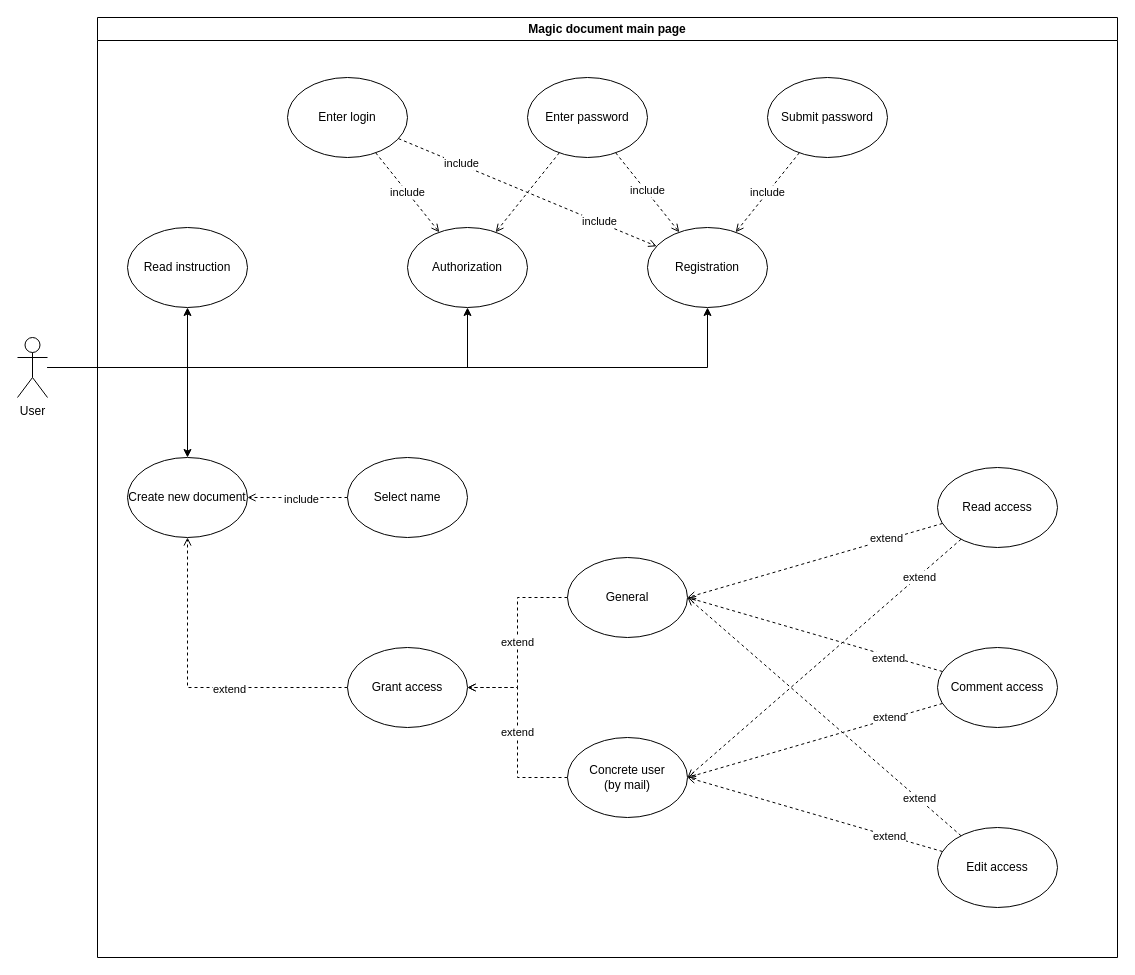
The draw.io diagram Use-Case models/Use-Case main page.drawio in BobrAll/magicDocument, before the edit. Source tidied: cells renumbered, new cells numbered last; positions are measured from the earlier drawing's top-left corner, leaving out a move shared by most shapes. Both pictures are drawn from the tidied source at 100%, with x=0, y=0 at pixel (17, 17).
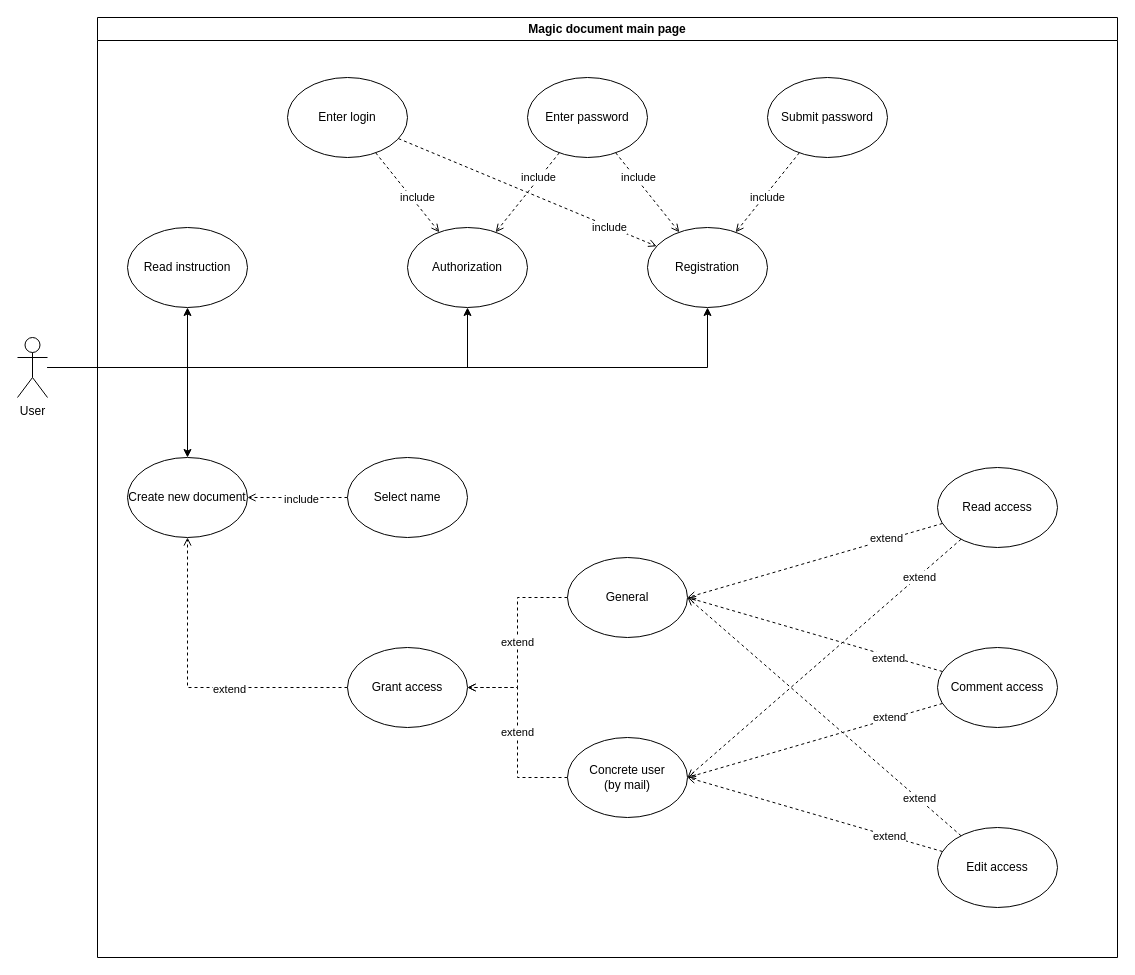
After the change.

Commit message:
corrected connection signatures

The change refers to these unchanged cells:
```xml
<mxCell id="7" value="Magic document main page" style="swimlane;whiteSpace=wrap;html=1;" parent="1" vertex="1">
  <mxGeometry x="80" width="1020" height="940" as="geometry" />
</mxCell>
<mxCell id="12" value="Registration" style="ellipse;whiteSpace=wrap;html=1;" parent="7" vertex="1">
  <mxGeometry x="550" y="210" width="120" height="80" as="geometry" />
</mxCell>
<mxCell id="13" value="Authorization" style="ellipse;whiteSpace=wrap;html=1;" parent="7" vertex="1">
  <mxGeometry x="310" y="210" width="120" height="80" as="geometry" />
</mxCell>
<mxCell id="37" style="rounded=0;jettySize=auto;html=1;dashed=1;endArrow=open;endFill=0;" parent="7" edge="1" source="40" target="12">
  <mxGeometry relative="1" as="geometry" />
</mxCell>
<mxCell id="40" value="Enter login" style="ellipse;whiteSpace=wrap;html=1;" parent="7" vertex="1">
  <mxGeometry x="190" y="60" width="120" height="80" as="geometry" />
</mxCell>
<mxCell id="41" style="rounded=0;jettySize=auto;html=1;dashed=1;endArrow=open;endFill=0;" parent="7" edge="1" source="44" target="13">
  <mxGeometry relative="1" as="geometry" />
</mxCell>
<mxCell id="42" style="rounded=0;jettySize=auto;html=1;dashed=1;endArrow=open;endFill=0;" parent="7" edge="1" source="44" target="12">
  <mxGeometry relative="1" as="geometry" />
</mxCell>
<mxCell id="46" value="Submit password" style="ellipse;whiteSpace=wrap;html=1;" parent="7" vertex="1">
  <mxGeometry x="670" y="60" width="120" height="80" as="geometry" />
</mxCell>
```

Change to the diagram source:
```diff
@@
     <mxCell id="36" value="include" style="rounded=0;jettySize=auto;html=1;dashed=1;endArrow=open;endFill=0;" parent="7" edge="1" source="40" target="13">
-      <mxGeometry relative="1" as="geometry" />
+      <mxGeometry x="0.2" y="5" relative="1" as="geometry" />
     </mxCell>
@@
-    <mxCell id="38" value="include" style="edgeLabel;html=1;align=center;verticalAlign=middle;" parent="37" vertex="1">
-      <mxGeometry x="0.55" y="1" relative="1" as="geometry" />
-    </mxCell>
     <mxCell id="39" value="include" style="edgeLabel;html=1;align=center;verticalAlign=middle;" parent="37" vertex="1">
-      <mxGeometry x="-0.52" y="1" relative="1" as="geometry" />
+      <mxGeometry x="-0.52" y="1" relative="1" as="geometry">
+        <mxPoint x="148" y="64" as="offset" />
+      </mxGeometry>
     </mxCell>
@@
+    <mxCell id="38" value="include" style="edgeLabel;html=1;align=center;verticalAlign=middle;" parent="41" vertex="1">
+      <mxGeometry x="-0.33" relative="1" as="geometry">
+        <mxPoint y="-2" as="offset" />
+      </mxGeometry>
+    </mxCell>
@@
     <mxCell id="43" value="include" style="edgeLabel;html=1;align=center;verticalAlign=middle;" parent="42" vertex="1">
-      <mxGeometry x="-0.04" y="1" relative="1" as="geometry" />
+      <mxGeometry x="-0.04" y="1" relative="1" as="geometry">
+        <mxPoint x="-9" y="-13" as="offset" />
+      </mxGeometry>
     </mxCell>
@@
     <mxCell id="45" value="include" style="rounded=0;jettySize=auto;html=1;dashed=1;endArrow=open;endFill=0;" parent="7" edge="1" source="46" target="12">
-      <mxGeometry relative="1" as="geometry" />
+      <mxGeometry x="0.08" y="3" relative="1" as="geometry" />
     </mxCell>
```
